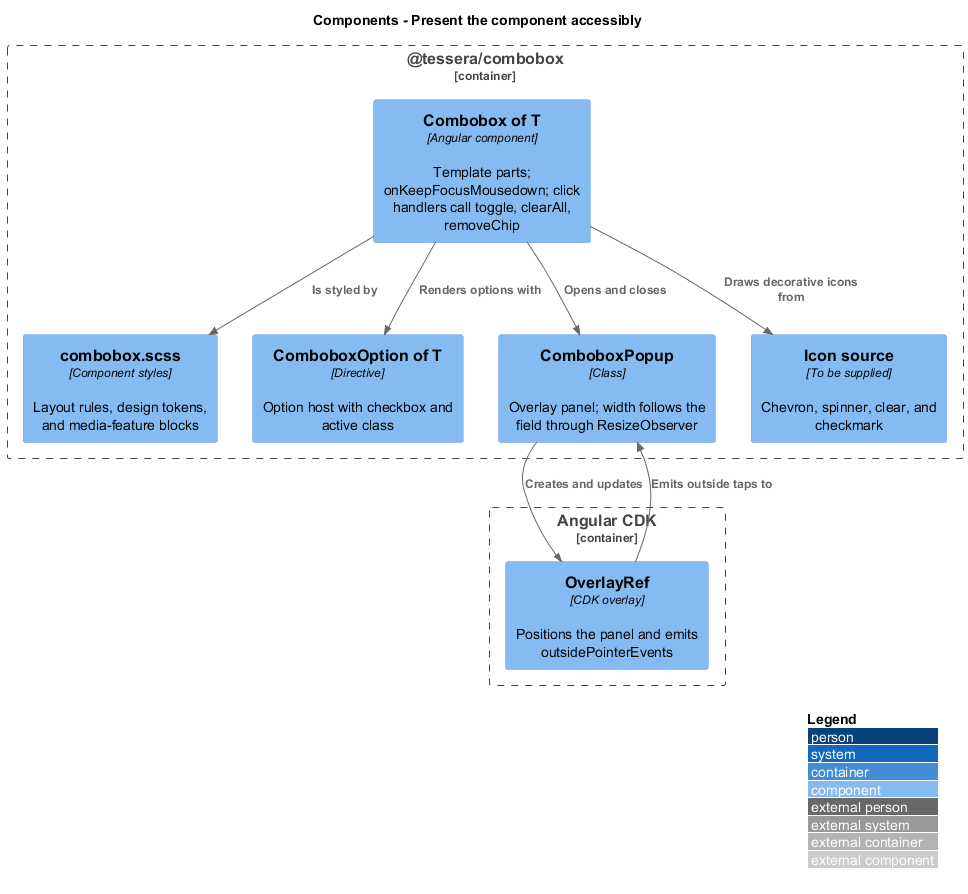
This is docs/detailed-designs/combobox/present-accessibly/diagrams/c4-component.png from QuinntyneBrown/Tessera, a PlantUML export, as it was before one commit. Source of this version:
```plantuml
@startuml
!include <C4/C4_Component>
LAYOUT_WITH_LEGEND()
title Components - Present the component accessibly

Container_Boundary(pkg, "@tessera/combobox") {
  Component(combobox, "Combobox of T", "Angular component", "Template parts; onKeepFocusMousedown; click handlers call toggle, clearAll, removeChip")
  Component(styles, "combobox.scss", "Component styles", "Layout rules, design tokens, and media-feature blocks")
  Component(option, "ComboboxOption of T", "Directive", "Option host with checkbox and active class")
  Component(popup, "ComboboxPopup", "Class", "Overlay panel; width follows the field through ResizeObserver")
  Component(icons, "Icon source", "To be supplied", "Chevron, spinner, clear, and checkmark")
}
Container_Boundary(cdk, "Angular CDK") {
  Component(overlay, "OverlayRef", "CDK overlay", "Positions the panel and emits outsidePointerEvents")
}

Rel(combobox, styles, "Is styled by")
Rel(combobox, option, "Renders options with")
Rel(combobox, popup, "Opens and closes")
Rel(combobox, icons, "Draws decorative icons from")
Rel(popup, overlay, "Creates and updates")
Rel(overlay, popup, "Emits outside taps to")
@enduml
```
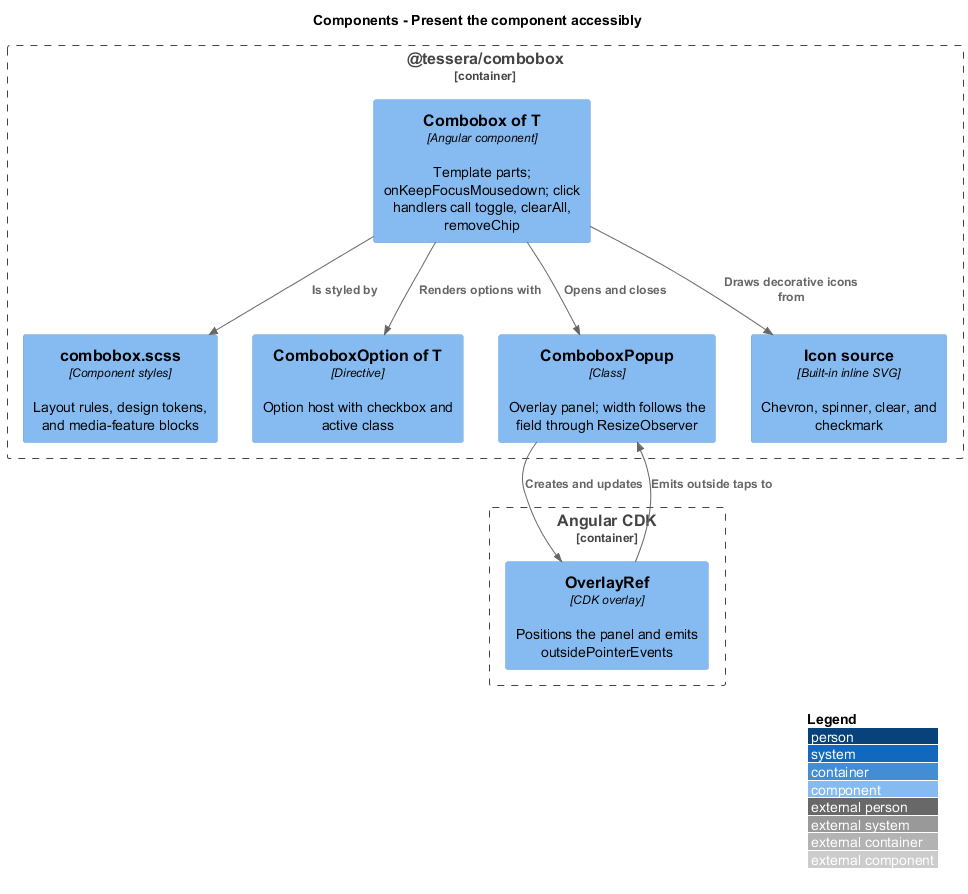
The same file after the commit.

The edit, as a diff of the source:
```diff
@@ -8,7 +8,7 @@
   Component(styles, "combobox.scss", "Component styles", "Layout rules, design tokens, and media-feature blocks")
   Component(option, "ComboboxOption of T", "Directive", "Option host with checkbox and active class")
   Component(popup, "ComboboxPopup", "Class", "Overlay panel; width follows the field through ResizeObserver")
-  Component(icons, "Icon source", "To be supplied", "Chevron, spinner, clear, and checkmark")
+  Component(icons, "Icon source", "Built-in inline SVG", "Chevron, spinner, clear, and checkmark")
 }
 Container_Boundary(cdk, "Angular CDK") {
   Component(overlay, "OverlayRef", "CDK overlay", "Positions the panel and emits outsidePointerEvents")
```
